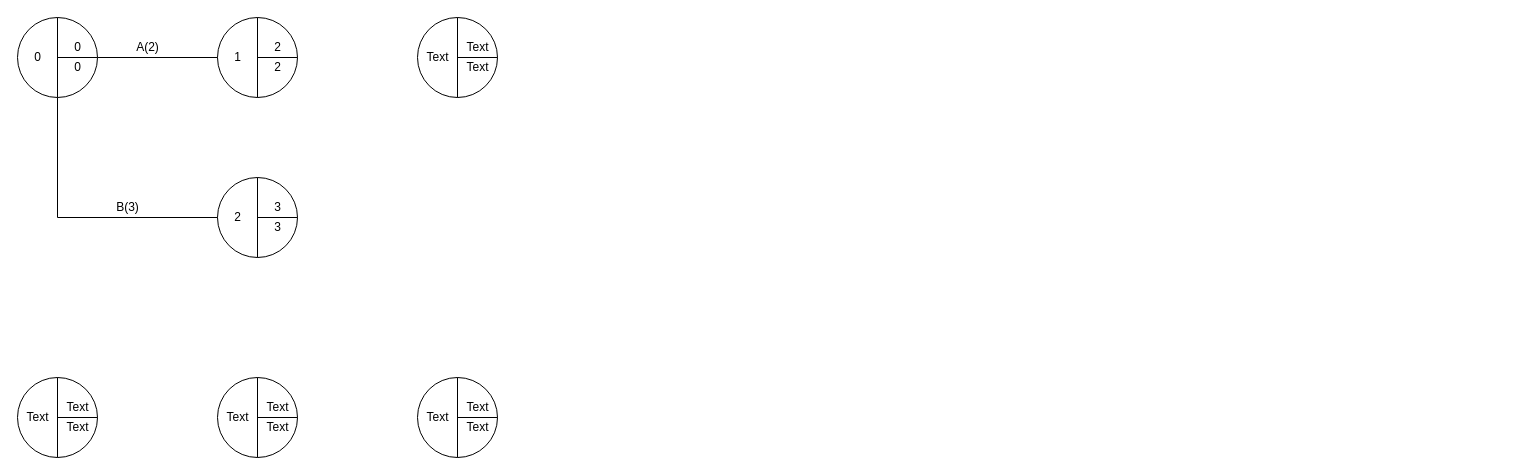
Before: IngenieriaSoftware/Practica2/Ej5.drawio in Luchit0-afk/Diagramas, a draw.io diagram. Source tidied: cells renumbered, new cells numbered last; positions are measured from the earlier drawing's top-left corner, leaving out a move shared by most shapes. Both pictures are drawn from the tidied source at 100%, with x=0, y=0 at pixel (17, 17).
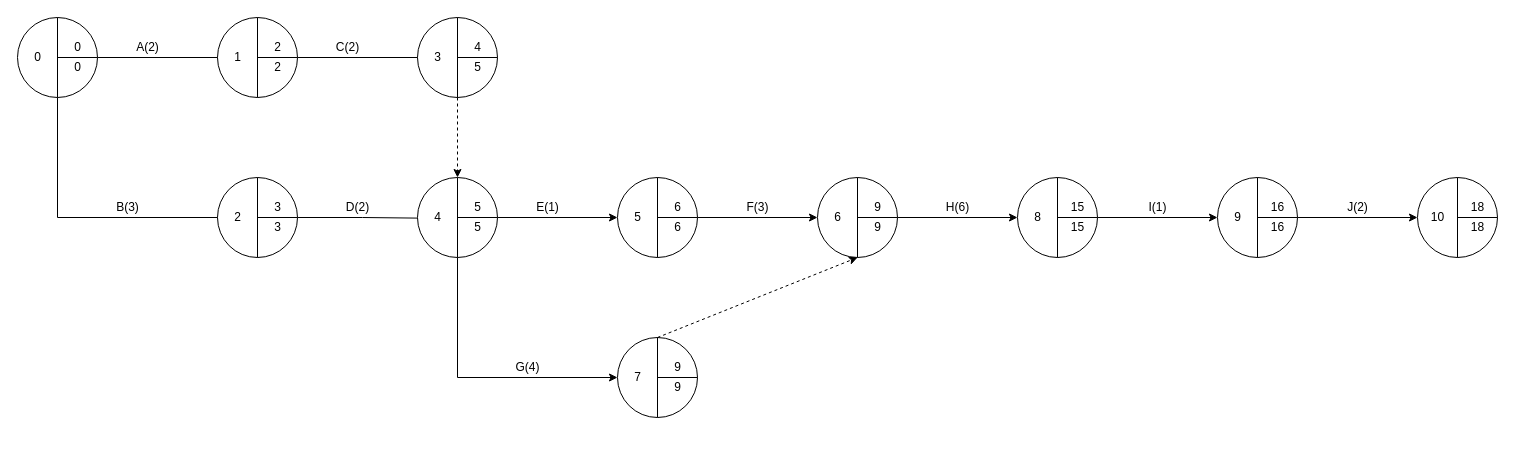
Above is the later version.

Unchanged cells that the change refers to:
```xml
<mxCell id="10" style="ellipse;whiteSpace=wrap;html=1;" parent="1" vertex="1">
  <mxGeometry x="200" width="80" height="80" as="geometry" />
</mxCell>
<mxCell id="41" style="ellipse;whiteSpace=wrap;html=1;" parent="1" vertex="1">
  <mxGeometry x="200" y="160" width="80" height="80" as="geometry" />
</mxCell>
```

What changed in the source:
```diff
@@
+    <mxCell id="48" style="edgeStyle=orthogonalEdgeStyle;rounded=0;jettySize=auto;html=1;exitX=1;exitY=0.5;exitDx=0;exitDy=0;" parent="1" edge="1" source="10" target="20">
+      <mxGeometry relative="1" as="geometry" />
+    </mxCell>
@@
-    <mxCell id="19" value="Text" style="text;html=1;align=center;verticalAlign=middle;strokeColor=none;" parent="1" vertex="1">
-      <mxGeometry x="440" y="20" width="40" height="20" as="geometry" />
+    <mxCell id="19" value="4" style="text;html=1;align=center;verticalAlign=middle;strokeColor=none;" parent="1" vertex="1">
+      <mxGeometry x="450" y="20" width="20" height="20" as="geometry" />
     </mxCell>
-    <mxCell id="20" value="Text" style="text;html=1;align=center;verticalAlign=middle;points=[];strokeColor=none;" parent="1" vertex="1">
-      <mxGeometry x="400" y="30" width="40" height="20" as="geometry" />
+    <mxCell id="20" value="3" style="text;html=1;align=center;verticalAlign=middle;points=[];strokeColor=none;" parent="1" vertex="1">
+      <mxGeometry x="410" y="30" width="20" height="20" as="geometry" />
     </mxCell>
-    <mxCell id="21" value="Text" style="text;html=1;align=center;verticalAlign=middle;strokeColor=none;" parent="1" vertex="1">
-      <mxGeometry x="440" y="40" width="40" height="20" as="geometry" />
+    <mxCell id="21" value="5" style="text;html=1;align=center;verticalAlign=middle;strokeColor=none;" parent="1" vertex="1">
+      <mxGeometry x="450" y="40" width="20" height="20" as="geometry" />
     </mxCell>
-    <mxCell id="22" style="ellipse;whiteSpace=wrap;html=1;" parent="1" vertex="1">
-      <mxGeometry y="360" width="80" height="80" as="geometry" />
-    </mxCell>
-    <mxCell id="23" style="endArrow=none;html=1;entryX=0.5;entryY=0;entryDx=0;entryDy=0;exitX=0.5;exitY=1;exitDx=0;exitDy=0;" parent="1" edge="1" source="22" target="22">
-      <mxGeometry relative="1" as="geometry" />
-    </mxCell>
-    <mxCell id="24" style="endArrow=none;html=1;exitX=1;exitY=0.5;exitDx=0;exitDy=0;" parent="1" edge="1" source="22">
-      <mxGeometry relative="1" as="geometry">
-        <mxPoint x="40" y="400" as="targetPoint" />
-      </mxGeometry>
-    </mxCell>
-    <mxCell id="25" value="Text" style="text;html=1;align=center;verticalAlign=middle;strokeColor=none;" parent="1" vertex="1">
-      <mxGeometry x="40" y="380" width="40" height="20" as="geometry" />
-    </mxCell>
-    <mxCell id="26" value="Text" style="text;html=1;align=center;verticalAlign=middle;strokeColor=none;" parent="1" vertex="1">
-      <mxGeometry y="390" width="40" height="20" as="geometry" />
-    </mxCell>
-    <mxCell id="27" value="Text" style="text;html=1;align=center;verticalAlign=middle;strokeColor=none;" parent="1" vertex="1">
-      <mxGeometry x="40" y="400" width="40" height="20" as="geometry" />
-    </mxCell>
-    <mxCell id="28" style="ellipse;whiteSpace=wrap;html=1;" parent="1" vertex="1">
-      <mxGeometry x="200" y="360" width="80" height="80" as="geometry" />
-    </mxCell>
-    <mxCell id="29" style="endArrow=none;html=1;entryX=0.5;entryY=0;entryDx=0;entryDy=0;exitX=0.5;exitY=1;exitDx=0;exitDy=0;" parent="1" edge="1" source="28" target="28">
-      <mxGeometry relative="1" as="geometry" />
-    </mxCell>
-    <mxCell id="30" style="endArrow=none;html=1;exitX=1;exitY=0.5;exitDx=0;exitDy=0;" parent="1" edge="1" source="28">
-      <mxGeometry relative="1" as="geometry">
-        <mxPoint x="240" y="400" as="targetPoint" />
-      </mxGeometry>
-    </mxCell>
-    <mxCell id="31" value="Text" style="text;html=1;align=center;verticalAlign=middle;strokeColor=none;" parent="1" vertex="1">
-      <mxGeometry x="240" y="380" width="40" height="20" as="geometry" />
-    </mxCell>
-    <mxCell id="32" value="Text" style="text;html=1;align=center;verticalAlign=middle;strokeColor=none;" parent="1" vertex="1">
-      <mxGeometry x="200" y="390" width="40" height="20" as="geometry" />
-    </mxCell>
-    <mxCell id="33" value="Text" style="text;html=1;align=center;verticalAlign=middle;strokeColor=none;" parent="1" vertex="1">
-      <mxGeometry x="240" y="400" width="40" height="20" as="geometry" />
-    </mxCell>
-    <mxCell id="34" style="ellipse;whiteSpace=wrap;html=1;" parent="1" vertex="1">
-      <mxGeometry x="400" y="360" width="80" height="80" as="geometry" />
-    </mxCell>
-    <mxCell id="35" style="endArrow=none;html=1;entryX=0.5;entryY=0;entryDx=0;entryDy=0;exitX=0.5;exitY=1;exitDx=0;exitDy=0;" parent="1" edge="1" source="34" target="34">
-      <mxGeometry relative="1" as="geometry" />
-    </mxCell>
-    <mxCell id="36" style="endArrow=none;html=1;exitX=1;exitY=0.5;exitDx=0;exitDy=0;" parent="1" edge="1" source="34">
-      <mxGeometry relative="1" as="geometry">
-        <mxPoint x="440" y="400" as="targetPoint" />
-      </mxGeometry>
-    </mxCell>
-    <mxCell id="37" value="Text" style="text;html=1;align=center;verticalAlign=middle;strokeColor=none;" parent="1" vertex="1">
-      <mxGeometry x="440" y="380" width="40" height="20" as="geometry" />
-    </mxCell>
-    <mxCell id="38" value="Text" style="text;html=1;align=center;verticalAlign=middle;strokeColor=none;" parent="1" vertex="1">
-      <mxGeometry x="400" y="390" width="40" height="20" as="geometry" />
-    </mxCell>
-    <mxCell id="39" value="Text" style="text;html=1;align=center;verticalAlign=middle;strokeColor=none;" parent="1" vertex="1">
-      <mxGeometry x="440" y="400" width="40" height="20" as="geometry" />
-    </mxCell>
@@
+    <mxCell id="49" style="edgeStyle=orthogonalEdgeStyle;rounded=0;jettySize=auto;html=1;exitX=1;exitY=0.5;exitDx=0;exitDy=0;entryX=0.01;entryY=0.536;entryDx=0;entryDy=0;entryPerimeter=0;" parent="1" edge="1" source="41" target="56">
+      <mxGeometry relative="1" as="geometry" />
+    </mxCell>
@@
+    <mxCell id="50" style="edgeStyle=orthogonalEdgeStyle;rounded=0;jettySize=auto;html=1;exitX=1;exitY=0.5;exitDx=0;exitDy=0;entryX=0;entryY=0.5;entryDx=0;entryDy=0;" parent="1" edge="1" source="52" target="62">
+      <mxGeometry relative="1" as="geometry" />
+    </mxCell>
+    <mxCell id="51" style="edgeStyle=orthogonalEdgeStyle;rounded=0;jettySize=auto;html=1;exitX=0.5;exitY=1;exitDx=0;exitDy=0;entryX=0;entryY=0.5;entryDx=0;entryDy=0;" parent="1" edge="1" source="52" target="77">
+      <mxGeometry relative="1" as="geometry" />
+    </mxCell>
+    <mxCell id="52" style="ellipse;whiteSpace=wrap;html=1;" parent="1" vertex="1">
+      <mxGeometry x="400" y="160" width="80" height="80" as="geometry" />
+    </mxCell>
+    <mxCell id="53" style="endArrow=none;html=1;entryX=0.5;entryY=0;entryDx=0;entryDy=0;exitX=0.5;exitY=1;exitDx=0;exitDy=0;" parent="1" edge="1" source="52" target="52">
+      <mxGeometry relative="1" as="geometry" />
+    </mxCell>
+    <mxCell id="54" style="endArrow=none;html=1;exitX=1;exitY=0.5;exitDx=0;exitDy=0;" parent="1" edge="1" source="52">
+      <mxGeometry relative="1" as="geometry">
+        <mxPoint x="440" y="200" as="targetPoint" />
+      </mxGeometry>
+    </mxCell>
+    <mxCell id="55" value="5" style="text;html=1;align=center;verticalAlign=middle;strokeColor=none;" parent="1" vertex="1">
+      <mxGeometry x="450" y="180" width="20" height="20" as="geometry" />
+    </mxCell>
+    <mxCell id="56" value="4" style="text;html=1;align=center;verticalAlign=middle;points=[];strokeColor=none;" parent="1" vertex="1">
+      <mxGeometry x="410" y="190" width="20" height="20" as="geometry" />
+    </mxCell>
+    <mxCell id="57" value="5" style="text;html=1;align=center;verticalAlign=middle;strokeColor=none;" parent="1" vertex="1">
+      <mxGeometry x="450" y="200" width="20" height="20" as="geometry" />
+    </mxCell>
+    <mxCell id="58" value="C(2)" style="text;html=1;align=center;verticalAlign=middle;strokeColor=none;" parent="1" vertex="1">
+      <mxGeometry x="310" y="20" width="40" height="20" as="geometry" />
+    </mxCell>
+    <mxCell id="59" value="D(2)" style="text;html=1;align=center;verticalAlign=middle;strokeColor=none;" parent="1" vertex="1">
+      <mxGeometry x="320" y="180" width="40" height="20" as="geometry" />
+    </mxCell>
+    <mxCell id="60" style="html=1;labelBackgroundColor=#ffffff;startArrow=none;startFill=0;startSize=6;endArrow=classic;endFill=1;endSize=6;jettySize=auto;strokeWidth=1;dashed=1;fontSize=14;entryX=0.5;entryY=0;entryDx=0;entryDy=0;" parent="1" edge="1" target="52">
+      <mxGeometry relative="1" as="geometry">
+        <mxPoint x="440" y="80" as="sourcePoint" />
+      </mxGeometry>
+    </mxCell>
+    <mxCell id="61" style="edgeStyle=orthogonalEdgeStyle;rounded=0;jettySize=auto;html=1;exitX=1;exitY=0.5;exitDx=0;exitDy=0;entryX=0;entryY=0.5;entryDx=0;entryDy=0;" parent="1" edge="1" source="62" target="70">
+      <mxGeometry relative="1" as="geometry" />
+    </mxCell>
+    <mxCell id="62" style="ellipse;whiteSpace=wrap;html=1;" parent="1" vertex="1">
+      <mxGeometry x="600" y="160" width="80" height="80" as="geometry" />
+    </mxCell>
+    <mxCell id="63" style="endArrow=none;html=1;entryX=0.5;entryY=0;entryDx=0;entryDy=0;exitX=0.5;exitY=1;exitDx=0;exitDy=0;" parent="1" edge="1" source="62" target="62">
+      <mxGeometry relative="1" as="geometry" />
+    </mxCell>
+    <mxCell id="64" style="endArrow=none;html=1;exitX=1;exitY=0.5;exitDx=0;exitDy=0;" parent="1" edge="1" source="62">
+      <mxGeometry relative="1" as="geometry">
+        <mxPoint x="640" y="200" as="targetPoint" />
+      </mxGeometry>
+    </mxCell>
+    <mxCell id="65" value="6" style="text;html=1;align=center;verticalAlign=middle;strokeColor=none;" parent="1" vertex="1">
+      <mxGeometry x="650" y="180" width="20" height="20" as="geometry" />
+    </mxCell>
+    <mxCell id="66" value="5" style="text;html=1;align=center;verticalAlign=middle;strokeColor=none;" parent="1" vertex="1">
+      <mxGeometry x="610" y="190" width="20" height="20" as="geometry" />
+    </mxCell>
+    <mxCell id="67" value="6" style="text;html=1;align=center;verticalAlign=middle;strokeColor=none;" parent="1" vertex="1">
+      <mxGeometry x="650" y="200" width="20" height="20" as="geometry" />
+    </mxCell>
+    <mxCell id="68" value="E(1)" style="text;html=1;align=center;verticalAlign=middle;strokeColor=none;" parent="1" vertex="1">
+      <mxGeometry x="510" y="180" width="40" height="20" as="geometry" />
+    </mxCell>
+    <mxCell id="69" style="edgeStyle=orthogonalEdgeStyle;rounded=0;jettySize=auto;html=1;exitX=1;exitY=0.5;exitDx=0;exitDy=0;entryX=0;entryY=0.5;entryDx=0;entryDy=0;" parent="1" edge="1" source="70" target="86">
+      <mxGeometry relative="1" as="geometry" />
+    </mxCell>
+    <mxCell id="70" style="ellipse;whiteSpace=wrap;html=1;" parent="1" vertex="1">
+      <mxGeometry x="800" y="160" width="80" height="80" as="geometry" />
+    </mxCell>
+    <mxCell id="71" style="endArrow=none;html=1;entryX=0.5;entryY=0;entryDx=0;entryDy=0;exitX=0.5;exitY=1;exitDx=0;exitDy=0;" parent="1" edge="1" source="70" target="70">
+      <mxGeometry relative="1" as="geometry" />
+    </mxCell>
+    <mxCell id="72" style="endArrow=none;html=1;exitX=1;exitY=0.5;exitDx=0;exitDy=0;" parent="1" edge="1" source="70">
+      <mxGeometry relative="1" as="geometry">
+        <mxPoint x="840" y="200" as="targetPoint" />
+      </mxGeometry>
+    </mxCell>
+    <mxCell id="73" value="9" style="text;html=1;align=center;verticalAlign=middle;strokeColor=none;" parent="1" vertex="1">
+      <mxGeometry x="850" y="180" width="20" height="20" as="geometry" />
+    </mxCell>
+    <mxCell id="74" value="6" style="text;html=1;align=center;verticalAlign=middle;strokeColor=none;" parent="1" vertex="1">
+      <mxGeometry x="810" y="190" width="20" height="20" as="geometry" />
+    </mxCell>
+    <mxCell id="75" value="9" style="text;html=1;align=center;verticalAlign=middle;strokeColor=none;" parent="1" vertex="1">
+      <mxGeometry x="850" y="200" width="20" height="20" as="geometry" />
+    </mxCell>
+    <mxCell id="76" value="F(3)" style="text;html=1;align=center;verticalAlign=middle;strokeColor=none;" parent="1" vertex="1">
+      <mxGeometry x="720" y="180" width="40" height="20" as="geometry" />
+    </mxCell>
+    <mxCell id="77" style="ellipse;whiteSpace=wrap;html=1;" parent="1" vertex="1">
+      <mxGeometry x="600" y="320" width="80" height="80" as="geometry" />
+    </mxCell>
+    <mxCell id="78" style="endArrow=none;html=1;entryX=0.5;entryY=0;entryDx=0;entryDy=0;exitX=0.5;exitY=1;exitDx=0;exitDy=0;" parent="1" edge="1" source="77" target="77">
+      <mxGeometry relative="1" as="geometry" />
+    </mxCell>
+    <mxCell id="79" style="endArrow=none;html=1;exitX=1;exitY=0.5;exitDx=0;exitDy=0;" parent="1" edge="1" source="77">
+      <mxGeometry relative="1" as="geometry">
+        <mxPoint x="640" y="360" as="targetPoint" />
+      </mxGeometry>
+    </mxCell>
+    <mxCell id="80" value="9" style="text;html=1;align=center;verticalAlign=middle;strokeColor=none;" parent="1" vertex="1">
+      <mxGeometry x="650" y="340" width="20" height="20" as="geometry" />
+    </mxCell>
+    <mxCell id="81" value="7" style="text;html=1;align=center;verticalAlign=middle;strokeColor=none;" parent="1" vertex="1">
+      <mxGeometry x="610" y="350" width="20" height="20" as="geometry" />
+    </mxCell>
+    <mxCell id="82" value="9" style="text;html=1;align=center;verticalAlign=middle;strokeColor=none;" parent="1" vertex="1">
+      <mxGeometry x="650" y="360" width="20" height="20" as="geometry" />
+    </mxCell>
+    <mxCell id="83" value="G(4)" style="text;html=1;align=center;verticalAlign=middle;strokeColor=none;" parent="1" vertex="1">
+      <mxGeometry x="490" y="340" width="40" height="20" as="geometry" />
+    </mxCell>
+    <mxCell id="84" style="html=1;labelBackgroundColor=#ffffff;startArrow=none;startFill=0;startSize=6;endArrow=classic;endFill=1;endSize=6;jettySize=auto;strokeWidth=1;dashed=1;fontSize=14;entryX=0.5;entryY=1;entryDx=0;entryDy=0;exitX=0.5;exitY=0;exitDx=0;exitDy=0;" parent="1" edge="1" source="77" target="70">
+      <mxGeometry relative="1" as="geometry" />
+    </mxCell>
+    <mxCell id="85" style="edgeStyle=orthogonalEdgeStyle;rounded=0;jettySize=auto;html=1;exitX=1;exitY=0.5;exitDx=0;exitDy=0;entryX=0;entryY=0.5;entryDx=0;entryDy=0;" parent="1" edge="1" source="86" target="94">
+      <mxGeometry relative="1" as="geometry" />
+    </mxCell>
+    <mxCell id="86" style="ellipse;whiteSpace=wrap;html=1;" parent="1" vertex="1">
+      <mxGeometry x="1000" y="160" width="80" height="80" as="geometry" />
+    </mxCell>
+    <mxCell id="87" style="endArrow=none;html=1;entryX=0.5;entryY=0;entryDx=0;entryDy=0;exitX=0.5;exitY=1;exitDx=0;exitDy=0;" parent="1" edge="1" source="86" target="86">
+      <mxGeometry relative="1" as="geometry" />
+    </mxCell>
+    <mxCell id="88" style="endArrow=none;html=1;exitX=1;exitY=0.5;exitDx=0;exitDy=0;" parent="1" edge="1" source="86">
+      <mxGeometry relative="1" as="geometry">
+        <mxPoint x="1040" y="200" as="targetPoint" />
+      </mxGeometry>
+    </mxCell>
+    <mxCell id="89" value="15" style="text;html=1;align=center;verticalAlign=middle;strokeColor=none;" parent="1" vertex="1">
+      <mxGeometry x="1045" y="180" width="30" height="20" as="geometry" />
+    </mxCell>
+    <mxCell id="90" value="8" style="text;html=1;align=center;verticalAlign=middle;strokeColor=none;" parent="1" vertex="1">
+      <mxGeometry x="1010" y="190" width="20" height="20" as="geometry" />
+    </mxCell>
+    <mxCell id="91" value="15" style="text;html=1;align=center;verticalAlign=middle;strokeColor=none;" parent="1" vertex="1">
+      <mxGeometry x="1045" y="200" width="30" height="20" as="geometry" />
+    </mxCell>
+    <mxCell id="92" value="H(6)" style="text;html=1;align=center;verticalAlign=middle;strokeColor=none;" parent="1" vertex="1">
+      <mxGeometry x="920" y="180" width="40" height="20" as="geometry" />
+    </mxCell>
+    <mxCell id="93" style="edgeStyle=orthogonalEdgeStyle;rounded=0;jettySize=auto;html=1;exitX=1;exitY=0.5;exitDx=0;exitDy=0;entryX=0;entryY=0.5;entryDx=0;entryDy=0;" parent="1" edge="1" source="94" target="100">
+      <mxGeometry relative="1" as="geometry" />
+    </mxCell>
+    <mxCell id="94" style="ellipse;whiteSpace=wrap;html=1;" parent="1" vertex="1">
+      <mxGeometry x="1200" y="160" width="80" height="80" as="geometry" />
+    </mxCell>
+    <mxCell id="95" style="endArrow=none;html=1;entryX=0.5;entryY=0;entryDx=0;entryDy=0;exitX=0.5;exitY=1;exitDx=0;exitDy=0;" parent="1" edge="1" source="94" target="94">
+      <mxGeometry relative="1" as="geometry" />
+    </mxCell>
+    <mxCell id="96" style="endArrow=none;html=1;exitX=1;exitY=0.5;exitDx=0;exitDy=0;" parent="1" edge="1" source="94">
+      <mxGeometry relative="1" as="geometry">
+        <mxPoint x="1240" y="200" as="targetPoint" />
+      </mxGeometry>
+    </mxCell>
+    <mxCell id="97" value="16" style="text;html=1;align=center;verticalAlign=middle;strokeColor=none;" parent="1" vertex="1">
+      <mxGeometry x="1245" y="180" width="30" height="20" as="geometry" />
+    </mxCell>
+    <mxCell id="98" value="9" style="text;html=1;align=center;verticalAlign=middle;strokeColor=none;" parent="1" vertex="1">
+      <mxGeometry x="1210" y="190" width="20" height="20" as="geometry" />
+    </mxCell>
+    <mxCell id="99" value="16" style="text;html=1;align=center;verticalAlign=middle;strokeColor=none;" parent="1" vertex="1">
+      <mxGeometry x="1245" y="200" width="30" height="20" as="geometry" />
+    </mxCell>
+    <mxCell id="100" style="ellipse;whiteSpace=wrap;html=1;" parent="1" vertex="1">
+      <mxGeometry x="1400" y="160" width="80" height="80" as="geometry" />
+    </mxCell>
+    <mxCell id="101" style="endArrow=none;html=1;entryX=0.5;entryY=0;entryDx=0;entryDy=0;exitX=0.5;exitY=1;exitDx=0;exitDy=0;" parent="1" edge="1" source="100" target="100">
+      <mxGeometry relative="1" as="geometry" />
+    </mxCell>
+    <mxCell id="102" style="endArrow=none;html=1;exitX=1;exitY=0.5;exitDx=0;exitDy=0;" parent="1" edge="1" source="100">
+      <mxGeometry relative="1" as="geometry">
+        <mxPoint x="1440" y="200" as="targetPoint" />
+      </mxGeometry>
+    </mxCell>
+    <mxCell id="103" value="18" style="text;html=1;align=center;verticalAlign=middle;strokeColor=none;" parent="1" vertex="1">
+      <mxGeometry x="1445" y="180" width="30" height="20" as="geometry" />
+    </mxCell>
+    <mxCell id="104" value="10" style="text;html=1;align=center;verticalAlign=middle;strokeColor=none;" parent="1" vertex="1">
+      <mxGeometry x="1405" y="190" width="30" height="20" as="geometry" />
+    </mxCell>
+    <mxCell id="105" value="18" style="text;html=1;align=center;verticalAlign=middle;strokeColor=none;" parent="1" vertex="1">
+      <mxGeometry x="1445" y="200" width="30" height="20" as="geometry" />
+    </mxCell>
+    <mxCell id="106" value="J(2)" style="text;html=1;align=center;verticalAlign=middle;strokeColor=none;" parent="1" vertex="1">
+      <mxGeometry x="1320" y="180" width="40" height="20" as="geometry" />
+    </mxCell>
+    <mxCell id="107" value="I(1)" style="text;html=1;align=center;verticalAlign=middle;strokeColor=none;" parent="1" vertex="1">
+      <mxGeometry x="1125" y="180" width="30" height="20" as="geometry" />
+    </mxCell>
```
